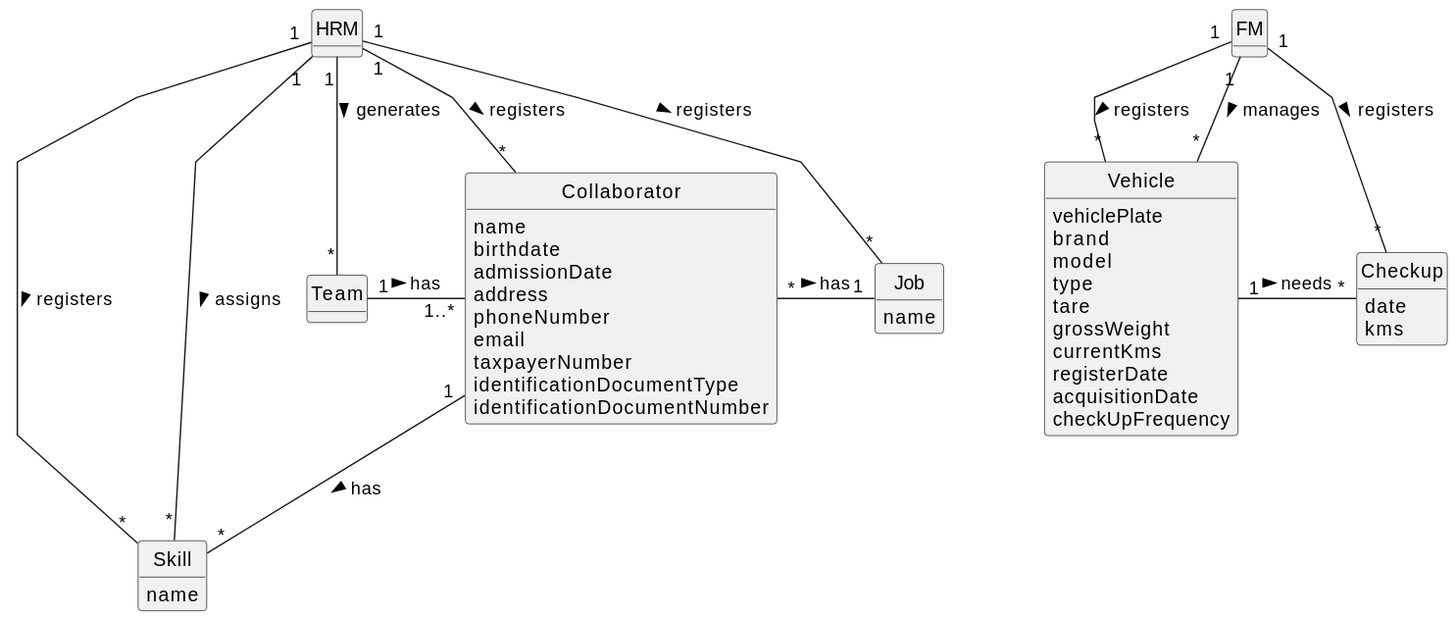
Earlier version of the PlantUML export docs/sprintA/global-artifacts/02.analysis/svg/project-domain-model.svg (Departamento-de-Engenharia-Informatica/lei-24-s2-1dm-g132).
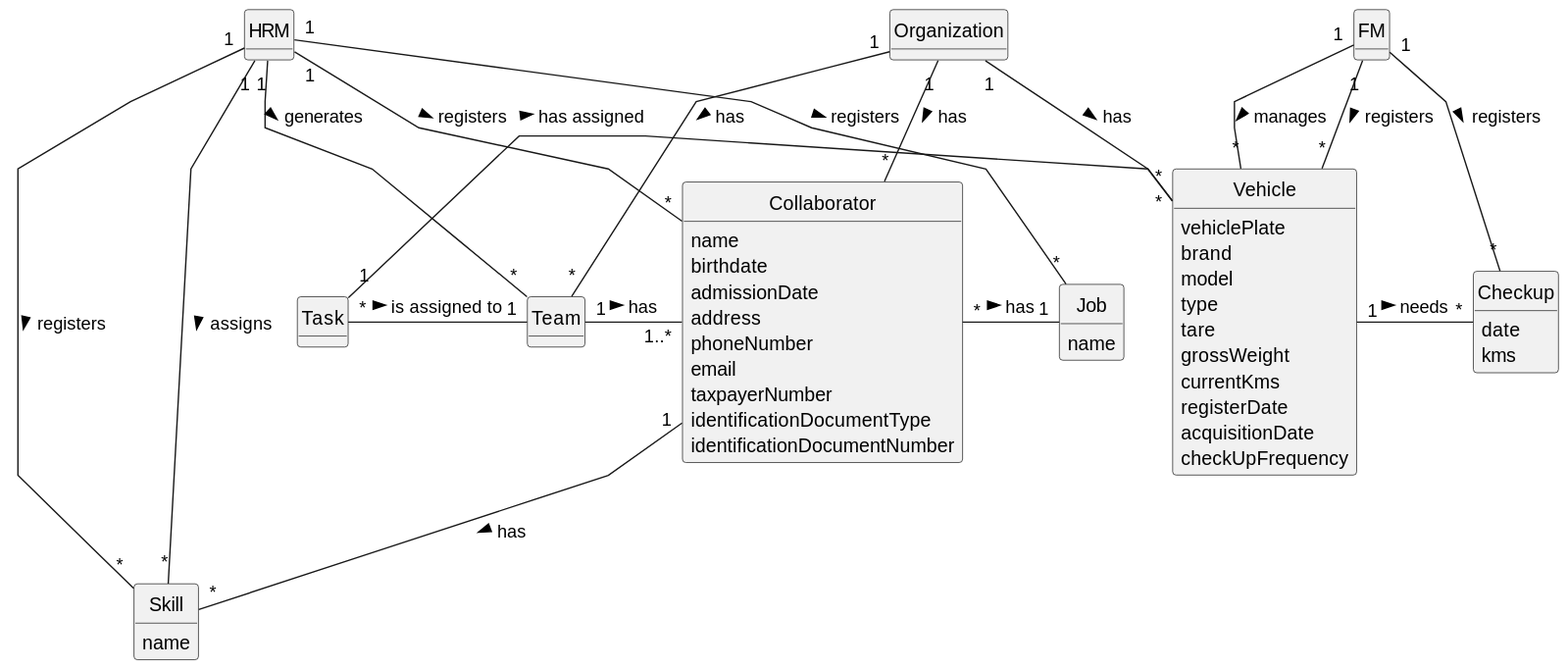
After the commit.

The edit, as a diff of the source:
```diff
@@ -13,6 +13,9 @@
 }
 
 class FM {
+}
+
+class Organization{
 }
 
 class Skill {
@@ -38,6 +41,9 @@
 class Team {
 }
 
+class Task {
+}
+
 class Vehicle {
     vehiclePlate
     brand
@@ -61,11 +67,16 @@
 HRM "1" -- "*" Collaborator : registers >
 HRM "1" -- "*" Skill : assigns >
 HRM "1" -- "*" Team : generates >
+Organization "1" -- "*" Collaborator : has >
+Organization "1" -- "*" Team : has >
 Collaborator "*" - "1" Job : has >
 Collaborator "1" -- "*" Skill : has >
 Team "1" - "1..*" Collaborator : has >
+Task "*" - "1" Team : is assigned to >
 FM "1" -- "*" Vehicle : registers >
 FM "1" -- "*" Vehicle : manages >
 Vehicle "1" - "*" Checkup : needs >
+Task "1" - "*" Vehicle : has assigned >
 FM "1" -- "*" Checkup : registers >
+Organization "1" -- "*" Vehicle : has >
 @enduml
```
